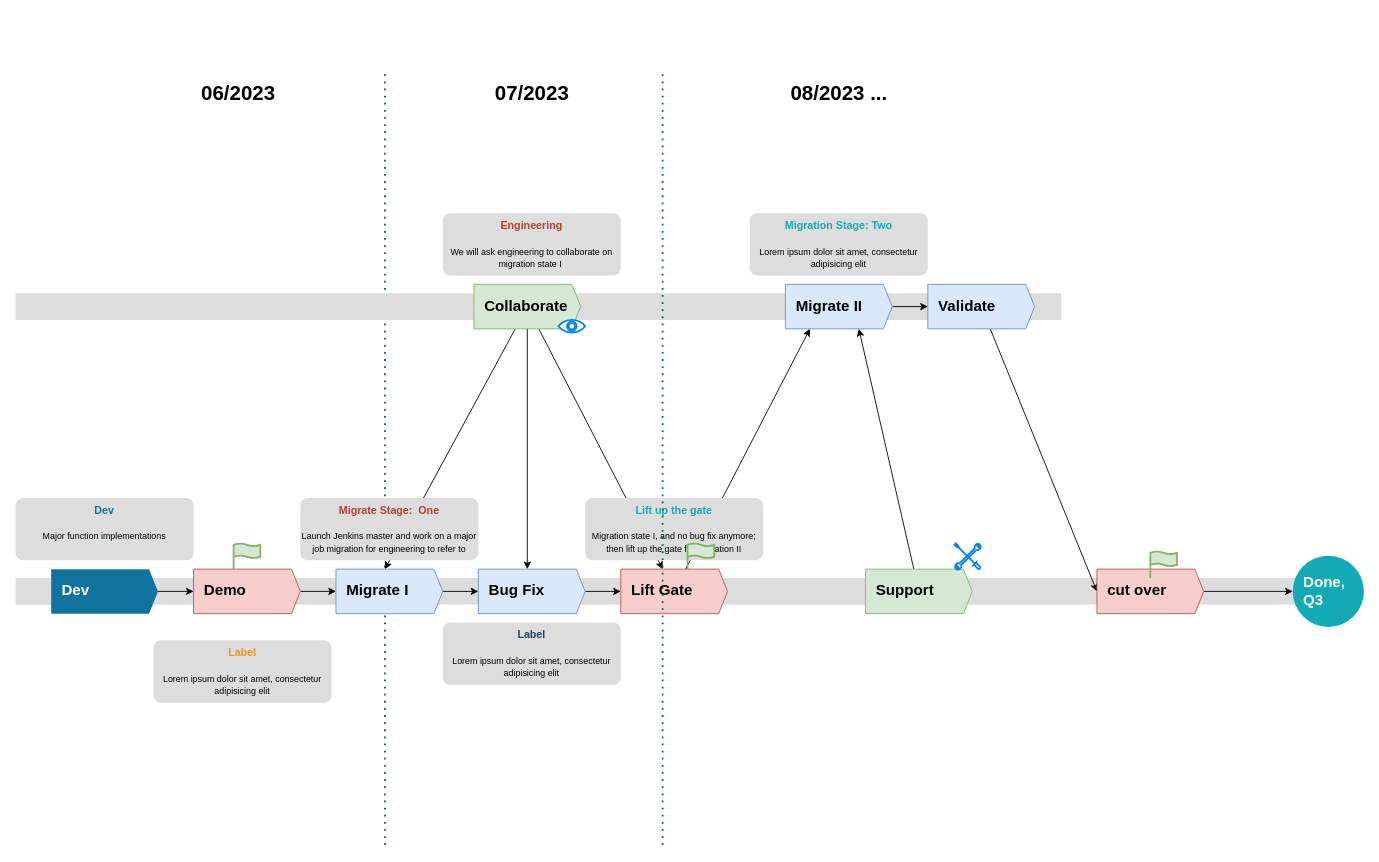
Above: homer_roadmap.drawio in jiangtao7/draw.io (draw.io), before the change. Source tidied: cells renumbered, new cells numbered last; positions are measured from the earlier drawing's top-left corner, leaving out a move shared by most shapes. Both pictures are drawn from the tidied source at 89%, with x=0, y=0 at pixel (15, 70).
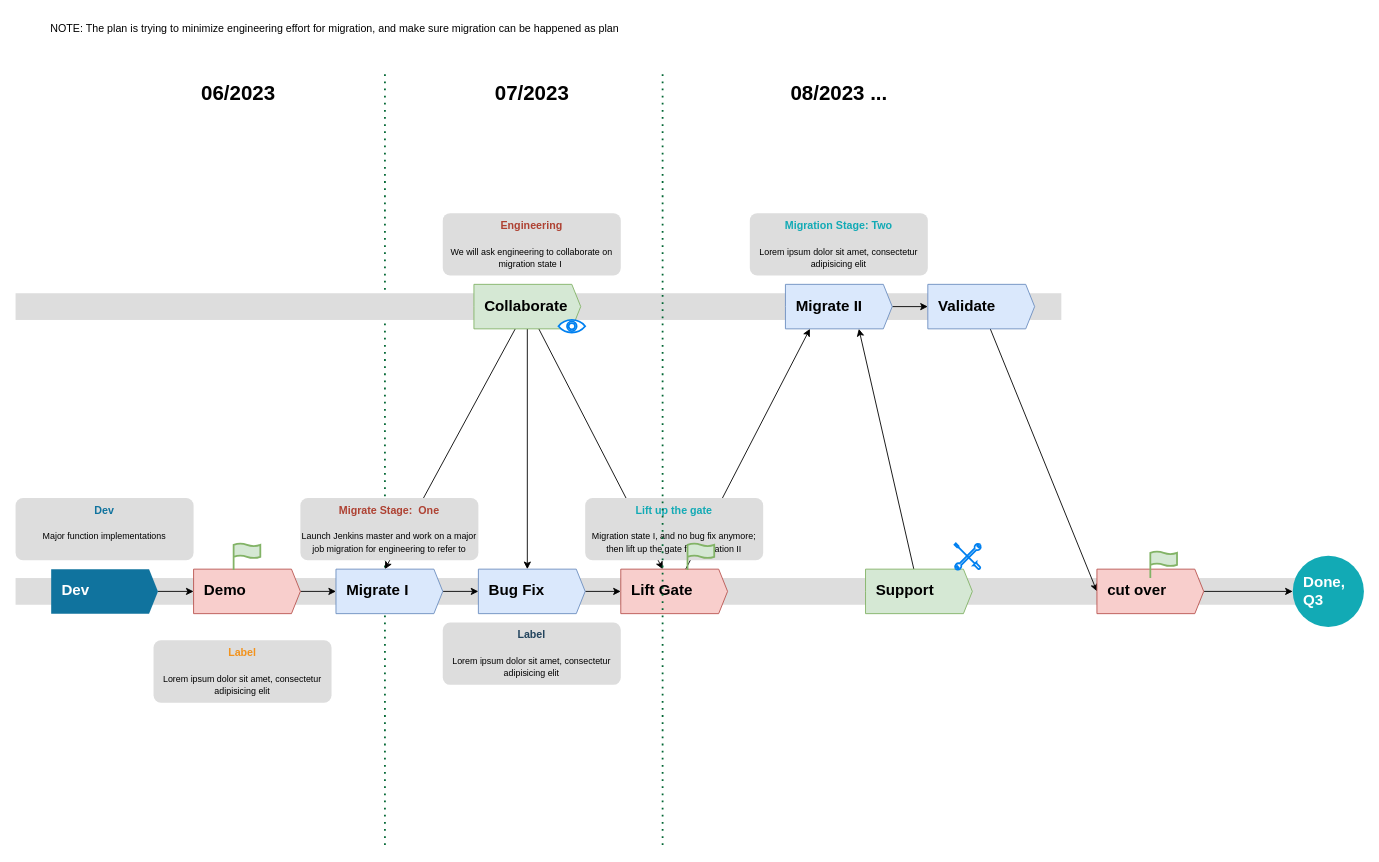
Above is the later version.

Change to the diagram source:
```diff
@@
+    <mxCell id="44" value="NOTE: The plan is trying to minimize engineering effort for migration, and make sure migration can be happened as plan&amp;nbsp;" style="text;html=1;align=center;verticalAlign=middle;strokeColor=none;fillColor=none;" parent="1" vertex="1">
+      <mxGeometry x="25" y="-62" width="670" height="30" as="geometry" />
+    </mxCell>
```
